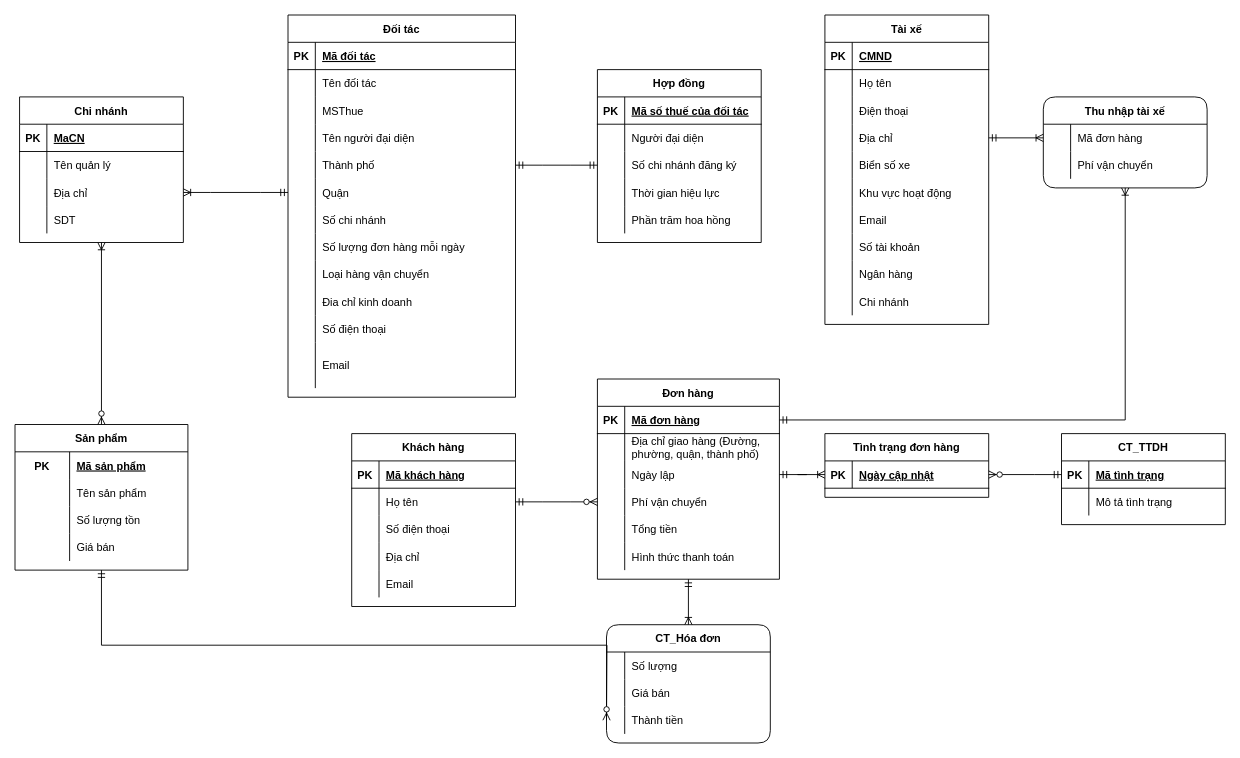
Above: HQT-CSDL.drawio in tranngoclam16/HQT-CSDL (draw.io), before the change. Source tidied: cells renumbered, new cells numbered last; positions are measured from the earlier drawing's top-left corner, leaving out a move shared by most shapes. Both pictures are drawn from the tidied source at 91%, with x=0, y=0 at pixel (15, 15).
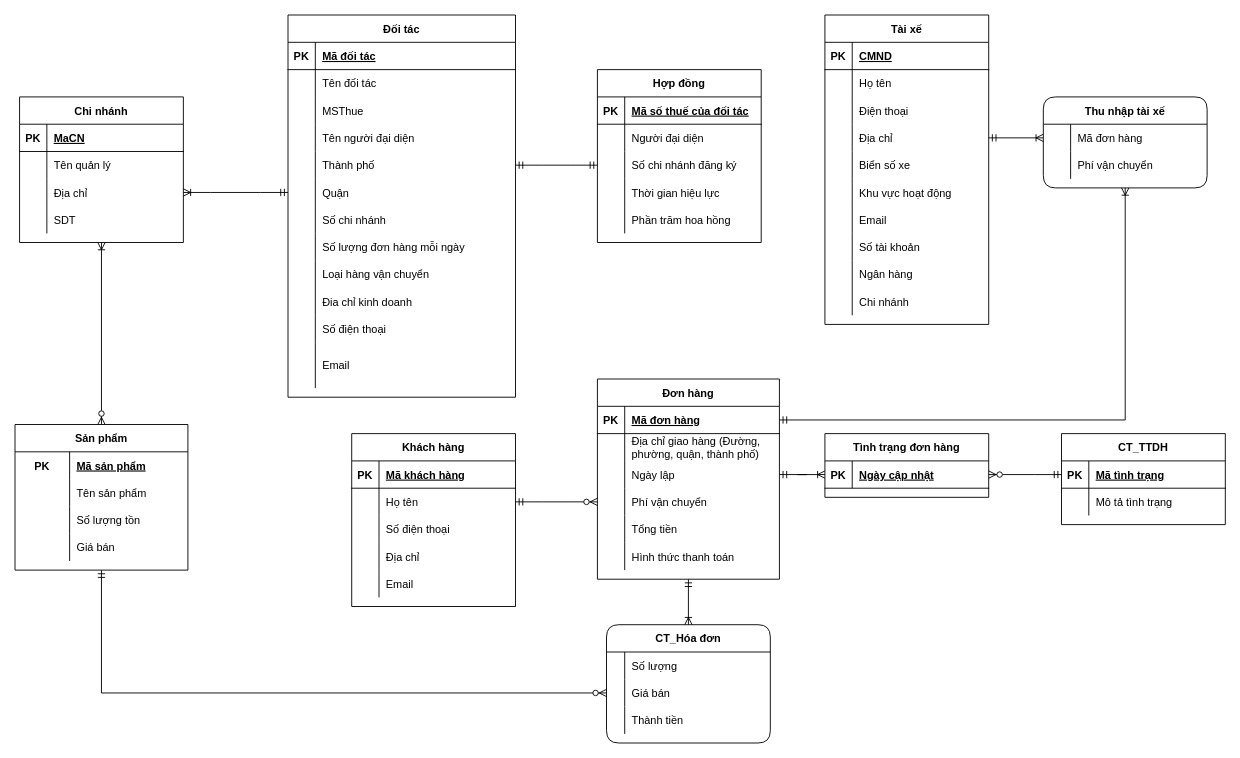
Above is the later version.

The change refers to these unchanged cells:
```xml
<mxCell id="86" value="Sản phẩm" style="shape=table;startSize=30;childLayout=tableLayout;rowLines=0;fontStyle=1;align=center;rounded=0;sketch=0;shadow=0;" parent="1" vertex="1">
  <mxGeometry y="450" width="190" height="160" as="geometry" />
</mxCell>
<mxCell id="138" style="shape=partialRectangle;fillColor=none;top=0;left=0;bottom=0;right=0;points=[[0,0.5],[1,0.5]];portConstraint=eastwest;" parent="134" vertex="1">
  <mxGeometry y="60" width="180" height="30" as="geometry" />
</mxCell>
```

What changed in the source:
```diff
@@
-    <mxCell id="171" style="edgeStyle=orthogonalEdgeStyle;fontSize=12;html=1;endArrow=ERzeroToMany;startArrow=ERmandOne;rounded=0;exitX=0.5;exitY=1;exitDx=0;exitDy=0;entryX=0;entryY=0.5;entryDx=0;entryDy=0;" parent="1" edge="1" source="86">
-      <mxGeometry relative="1" as="geometry">
-        <mxPoint x="650" y="775" as="targetPoint" />
-      </mxGeometry>
+    <mxCell id="171" style="edgeStyle=orthogonalEdgeStyle;fontSize=12;html=1;endArrow=ERzeroToMany;startArrow=ERmandOne;rounded=0;exitX=0.5;exitY=1;exitDx=0;exitDy=0;entryX=0;entryY=0.5;entryDx=0;entryDy=0;" parent="1" edge="1" source="86" target="138">
+      <mxGeometry relative="1" as="geometry" />
     </mxCell>
```
